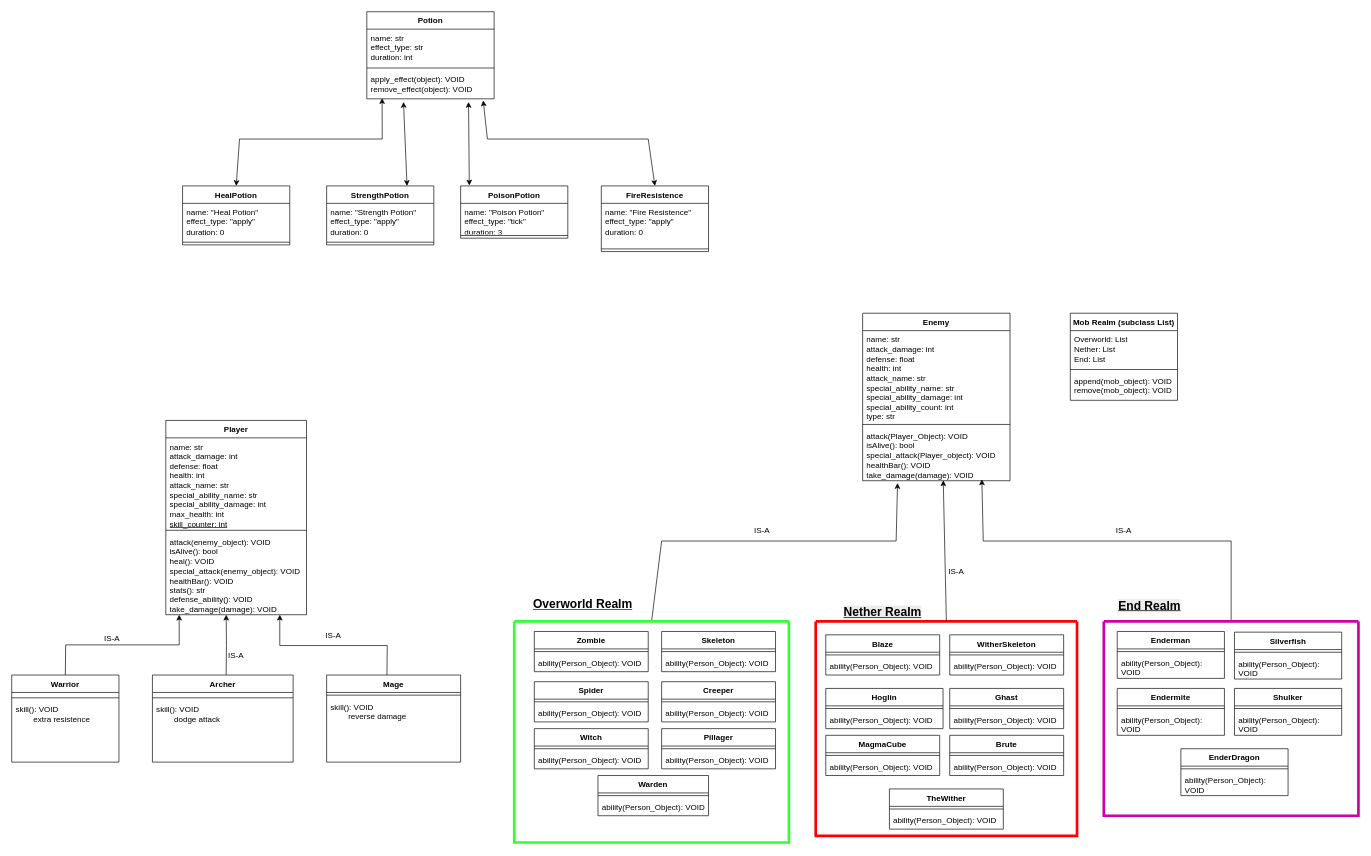
Before: setup/MBS UML.drawio in KevinCaudell/Minecraft-Battle-Simulator, a draw.io diagram. Source tidied: cells renumbered, new cells numbered last; positions are measured from the earlier drawing's top-left corner, leaving out a move shared by most shapes. Both pictures are drawn from the tidied source at 67%, with x=0, y=0 at pixel (11, 11).
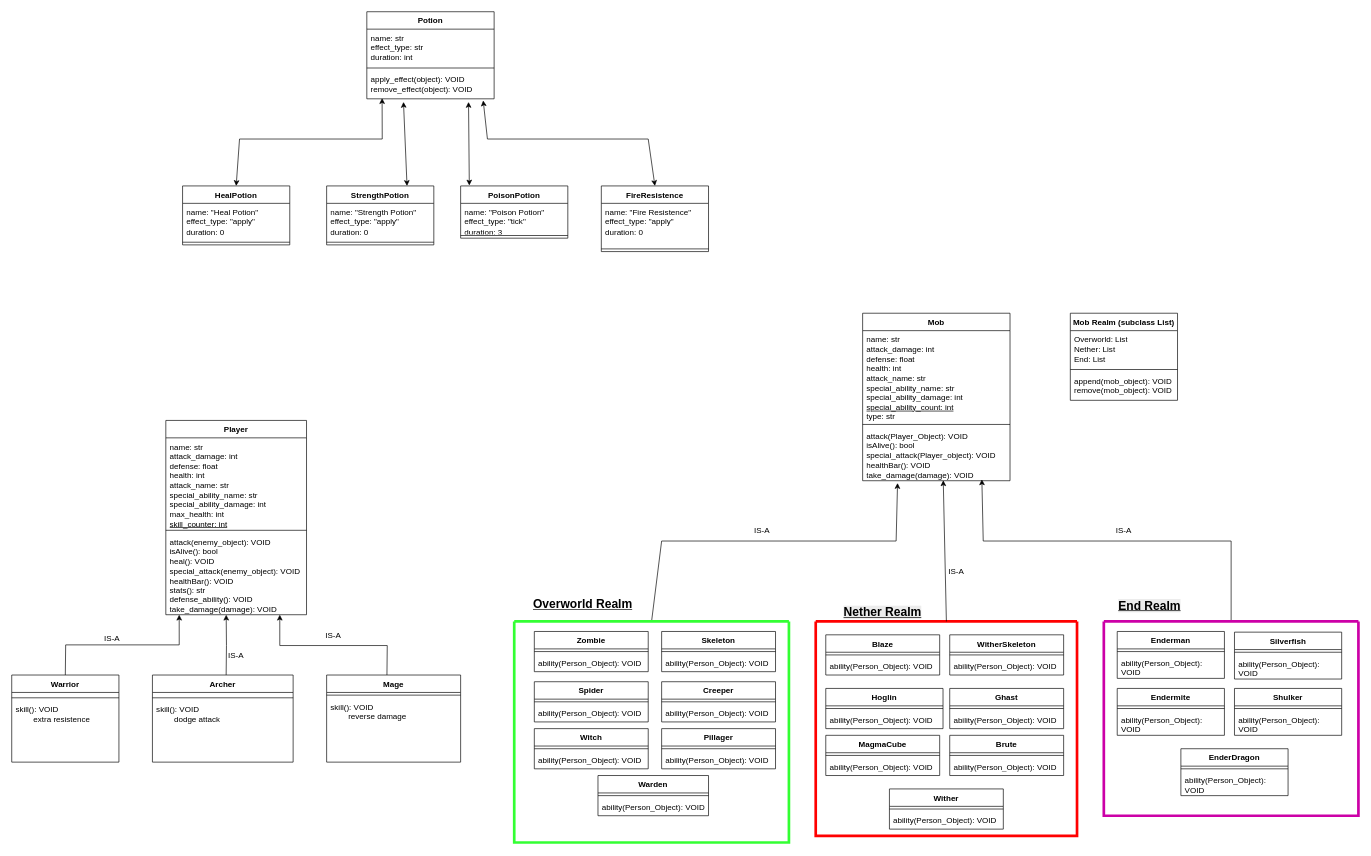
Above is the later version.

Commit message:
Updated UML Diagram

The change refers to these unchanged cells:
```xml
<mxCell id="81" style="swimlane;startSize=0;strokeWidth=4;strokeColor=light-dark(#ff0000, #ededed);" parent="1" vertex="1">
  <mxGeometry x="1200" y="910" width="390" height="320" as="geometry" />
</mxCell>
```

What changed in the source:
```diff
@@
-    <mxCell id="6" value="Enemy" style="swimlane;fontStyle=1;align=center;verticalAlign=top;horizontal=1;startSize=26;whiteSpace=wrap;html=1;" parent="1" vertex="1">
+    <mxCell id="6" value="Mob" style="swimlane;fontStyle=1;align=center;verticalAlign=top;horizontal=1;startSize=26;whiteSpace=wrap;html=1;" parent="1" vertex="1">
       <mxGeometry x="1270" y="450" width="220" height="250" as="geometry" />
     </mxCell>
-    <mxCell id="7" value="name: str&lt;div&gt;attack_damage: int&lt;/div&gt;&lt;div&gt;defense: float&lt;/div&gt;&lt;div&gt;health: int&lt;/div&gt;&lt;div&gt;attack_name: str&lt;/div&gt;&lt;div&gt;special_ability_name: str&lt;/div&gt;&lt;div&gt;special_ability_damage: int&lt;/div&gt;&lt;div&gt;special_ability_count: int&lt;/div&gt;&lt;div&gt;type: str&lt;/div&gt;" style="text;strokeColor=none;fillColor=none;align=left;verticalAlign=top;spacingLeft=4;spacingRight=4;overflow=hidden;whiteSpace=wrap;html=1;" parent="6" vertex="1">
+    <mxCell id="7" value="name: str&lt;div&gt;attack_damage: int&lt;/div&gt;&lt;div&gt;defense: float&lt;/div&gt;&lt;div&gt;health: int&lt;/div&gt;&lt;div&gt;attack_name: str&lt;/div&gt;&lt;div&gt;special_ability_name: str&lt;/div&gt;&lt;div&gt;special_ability_damage: int&lt;/div&gt;&lt;div&gt;&lt;u&gt;special_ability_count: int&lt;/u&gt;&lt;/div&gt;&lt;div&gt;type: str&lt;/div&gt;" style="text;strokeColor=none;fillColor=none;align=left;verticalAlign=top;spacingLeft=4;spacingRight=4;overflow=hidden;whiteSpace=wrap;html=1;" parent="6" vertex="1">
       <mxGeometry y="26" width="220" height="136" as="geometry" />
     </mxCell>
@@
-    <mxCell id="100" value="TheWither" style="swimlane;fontStyle=1;align=center;verticalAlign=top;horizontal=1;startSize=26;whiteSpace=wrap;html=1;" parent="81" vertex="1">
+    <mxCell id="100" value="Wither" style="swimlane;fontStyle=1;align=center;verticalAlign=top;horizontal=1;startSize=26;whiteSpace=wrap;html=1;" parent="81" vertex="1">
       <mxGeometry x="110" y="250" width="170" height="60" as="geometry" />
     </mxCell>
```
